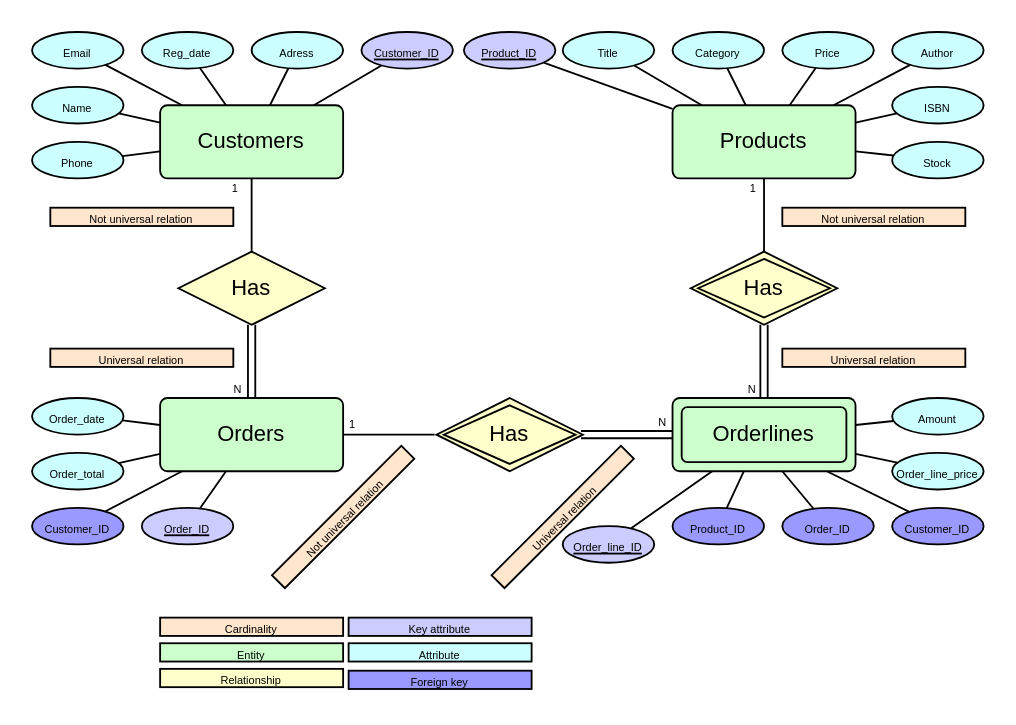
Before: Relationsmodel.drawio in MagRos715/inlamnning_1, a draw.io diagram. Source tidied: cells renumbered, new cells numbered last; positions are measured from the earlier drawing's top-left corner, leaving out a move shared by most shapes. Both pictures are drawn from the tidied source at 183%, with x=0, y=0 at pixel (31, 31).
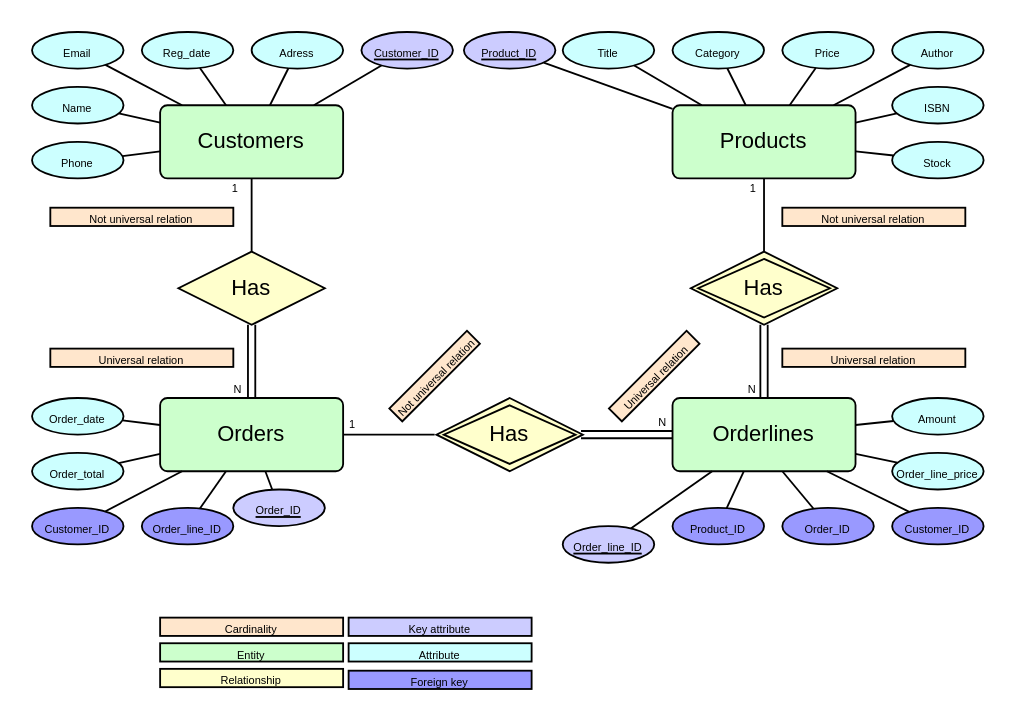
The same diagram, later.

Unchanged cells that the change refers to:
```xml
<mxCell id="4" value="Orders" style="rounded=1;arcSize=10;whiteSpace=wrap;html=1;align=center;fillColor=light-dark(#CCFFCC,var(--ge-dark-color, #121212));" parent="1" vertex="1">
  <mxGeometry x="70" y="200" width="100" height="40" as="geometry" />
</mxCell>
```

Diff of the diagram source:
```diff
@@
     <mxCell id="19" value="&lt;font style=&quot;font-size: 6px;&quot;&gt;Not universal relation&lt;/font&gt;" style="whiteSpace=wrap;html=1;align=center;fillColor=light-dark(#FFE6CC,var(--ge-dark-color, #121212));rotation=-45;" parent="1" vertex="1">
-      <mxGeometry x="120" y="260" width="100" height="10" as="geometry" />
+      <mxGeometry x="190" y="183" width="60" height="10" as="geometry" />
     </mxCell>
@@
     <mxCell id="26" value="&lt;font style=&quot;font-size: 6px;&quot;&gt;Universal relation&lt;/font&gt;" style="whiteSpace=wrap;html=1;align=center;fillColor=light-dark(#FFE6CC,var(--ge-dark-color, #121212));rotation=-45;" parent="1" vertex="1">
-      <mxGeometry x="240" y="260" width="100" height="10" as="geometry" />
+      <mxGeometry x="310" y="183" width="60" height="10" as="geometry" />
     </mxCell>
@@
     <mxCell id="32" value="&lt;font style=&quot;font-size: 6px;&quot;&gt;Order_ID&lt;/font&gt;" style="ellipse;whiteSpace=wrap;html=1;align=center;fontStyle=4;fillColor=light-dark(#CCCCFF,var(--ge-dark-color, #121212));" parent="1" vertex="1">
-      <mxGeometry x="60" y="260" width="50" height="20" as="geometry" />
+      <mxGeometry x="110" y="250" width="50" height="20" as="geometry" />
     </mxCell>
@@
-    <mxCell id="69" style="rounded=1;arcSize=10;whiteSpace=wrap;html=1;align=center;fillColor=none;" parent="1" vertex="1">
-      <mxGeometry x="355" y="205" width="90" height="30" as="geometry" />
-    </mxCell>
@@
+    <mxCell id="81" value="&lt;span style=&quot;font-size: 6px;&quot;&gt;Order_line_ID&lt;/span&gt;" style="ellipse;whiteSpace=wrap;html=1;align=center;fillColor=light-dark(#9999FF,var(--ge-dark-color, #121212));" parent="1" vertex="1">
+      <mxGeometry x="60" y="260" width="50" height="20" as="geometry" />
+    </mxCell>
+    <mxCell id="82" style="endArrow=none;html=1;rounded=0;" parent="1" edge="1" source="81" target="4">
+      <mxGeometry relative="1" as="geometry" />
+    </mxCell>
+    <mxCell id="83" style="edgeStyle=none;curved=1;rounded=0;orthogonalLoop=1;jettySize=auto;html=1;exitX=1;exitY=0.5;exitDx=0;exitDy=0;fontSize=12;startSize=8;endSize=8;" parent="1" edge="1" source="19" target="19">
+      <mxGeometry relative="1" as="geometry" />
+    </mxCell>
```
